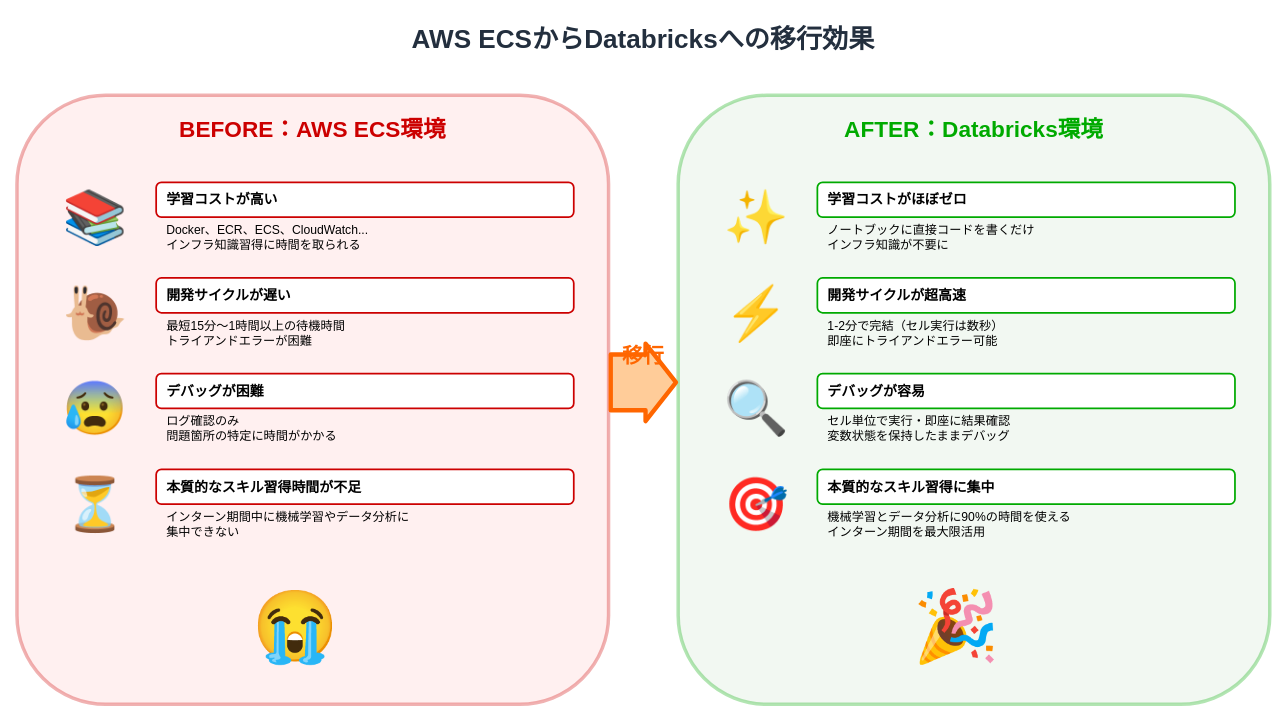
Earlier version of the draw.io diagram assets/2025-11-07-tamesare-data-sapporo/before-after-comparison.drawio (i9wa4/i9wa4.github.io). Source tidied: cells renumbered, new cells numbered last; positions are measured from the earlier drawing's top-left corner, leaving out a move shared by most shapes. Both pictures are drawn from the tidied source at 87%, with x=0, y=0 at pixel (17, 17).
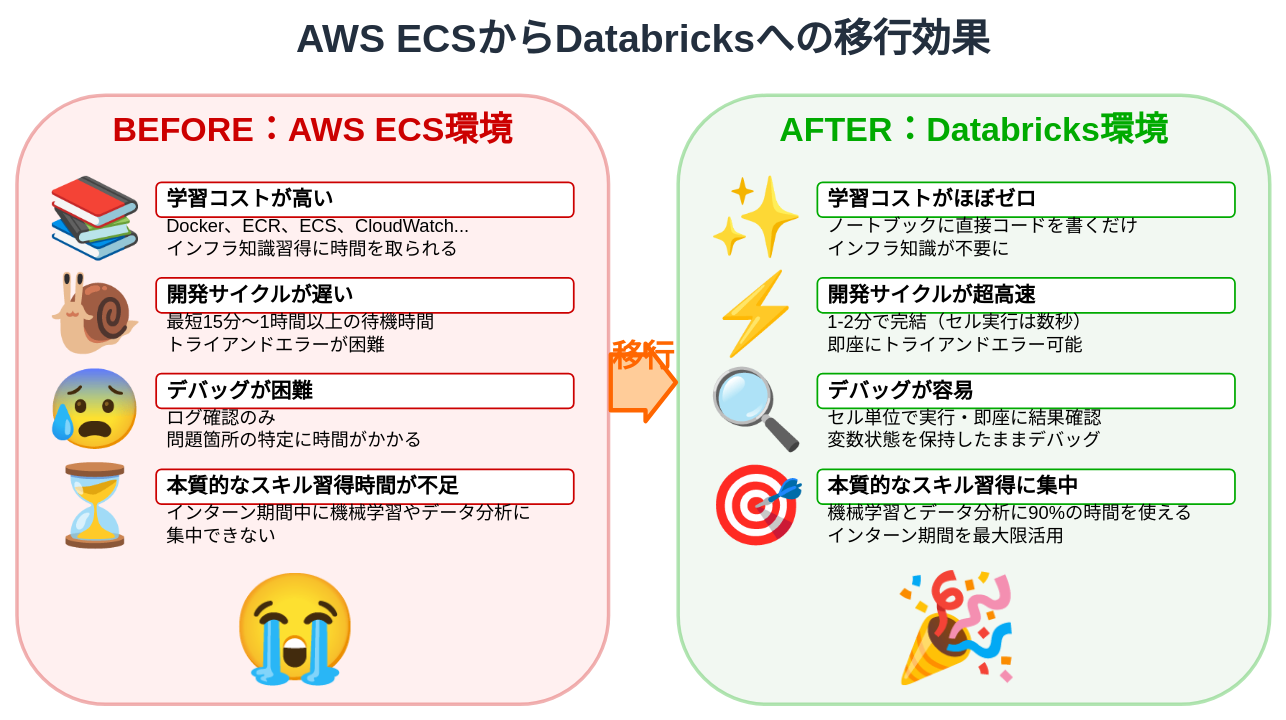
The same diagram, later.

Change to the diagram source:
```diff
@@
-<mxGraphModel background="#ffffff">
+<mxGraphModel>
@@
-    <mxCell id="2" value="AWS ECSからDatabricksへの移行効果" style="text;html=1;strokeColor=none;fillColor=none;align=center;verticalAlign=middle;whiteSpace=wrap;rounded=0;fontSize=30;fontStyle=1;fontColor=#232F3E;" parent="1" vertex="1">
+    <mxCell id="2" value="AWS ECSからDatabricksへの移行効果" style="text;html=1;strokeColor=none;fillColor=none;align=center;verticalAlign=middle;whiteSpace=wrap;rounded=0;fontSize=45;fontStyle=1;fontColor=#232F3E;" parent="1" vertex="1">
       <mxGeometry x="320" width="800" height="50" as="geometry" />
     </mxCell>
@@
-    <mxCell id="4" value="BEFORE：AWS ECS環境" style="text;html=1;strokeColor=none;fillColor=none;align=center;verticalAlign=middle;whiteSpace=wrap;rounded=0;fontSize=26;fontStyle=1;fontColor=#CC0000;" parent="1" vertex="1">
+    <mxCell id="4" value="BEFORE：AWS ECS環境" style="text;html=1;strokeColor=none;fillColor=none;align=center;verticalAlign=middle;whiteSpace=wrap;rounded=0;fontSize=39;fontStyle=1;fontColor=#CC0000;" parent="1" vertex="1">
       <mxGeometry x="100" y="110" width="480" height="40" as="geometry" />
     </mxCell>
-    <mxCell id="5" value="📚" style="text;html=1;strokeColor=none;fillColor=none;align=center;verticalAlign=middle;whiteSpace=wrap;rounded=0;fontSize=60;" parent="1" vertex="1">
+    <mxCell id="5" value="📚" style="text;html=1;strokeColor=none;fillColor=none;align=center;verticalAlign=middle;whiteSpace=wrap;rounded=0;fontSize=90;" parent="1" vertex="1">
       <mxGeometry x="40" y="190" width="100" height="80" as="geometry" />
     </mxCell>
-    <mxCell id="6" value="学習コストが高い" style="rounded=1;whiteSpace=wrap;html=1;fillColor=#ffffff;strokeColor=#CC0000;strokeWidth=2;fontSize=16;fontStyle=1;align=left;spacingLeft=10;" parent="1" vertex="1">
+    <mxCell id="6" value="学習コストが高い" style="rounded=1;whiteSpace=wrap;html=1;fillColor=#ffffff;strokeColor=#CC0000;strokeWidth=2;fontSize=24;fontStyle=1;align=left;spacingLeft=10;" parent="1" vertex="1">
       <mxGeometry x="160" y="190" width="480" height="40" as="geometry" />
     </mxCell>
-    <mxCell id="7" value="Docker、ECR、ECS、CloudWatch...&lt;br&gt;インフラ知識習得に時間を取られる" style="text;html=1;strokeColor=none;fillColor=none;align=left;verticalAlign=middle;whiteSpace=wrap;rounded=0;fontSize=14;spacingLeft=10;" parent="1" vertex="1">
+    <mxCell id="7" value="Docker、ECR、ECS、CloudWatch...&lt;br&gt;インフラ知識習得に時間を取られる" style="text;html=1;strokeColor=none;fillColor=none;align=left;verticalAlign=middle;whiteSpace=wrap;rounded=0;fontSize=21;spacingLeft=10;" parent="1" vertex="1">
       <mxGeometry x="160" y="235" width="480" height="35" as="geometry" />
     </mxCell>
-    <mxCell id="8" value="🐌" style="text;html=1;strokeColor=none;fillColor=none;align=center;verticalAlign=middle;whiteSpace=wrap;rounded=0;fontSize=60;" parent="1" vertex="1">
+    <mxCell id="8" value="🐌" style="text;html=1;strokeColor=none;fillColor=none;align=center;verticalAlign=middle;whiteSpace=wrap;rounded=0;fontSize=90;" parent="1" vertex="1">
       <mxGeometry x="40" y="300" width="100" height="80" as="geometry" />
     </mxCell>
-    <mxCell id="9" value="開発サイクルが遅い" style="rounded=1;whiteSpace=wrap;html=1;fillColor=#ffffff;strokeColor=#CC0000;strokeWidth=2;fontSize=16;fontStyle=1;align=left;spacingLeft=10;" parent="1" vertex="1">
+    <mxCell id="9" value="開発サイクルが遅い" style="rounded=1;whiteSpace=wrap;html=1;fillColor=#ffffff;strokeColor=#CC0000;strokeWidth=2;fontSize=24;fontStyle=1;align=left;spacingLeft=10;" parent="1" vertex="1">
       <mxGeometry x="160" y="300" width="480" height="40" as="geometry" />
     </mxCell>
-    <mxCell id="10" value="最短15分～1時間以上の待機時間&lt;br&gt;トライアンドエラーが困難" style="text;html=1;strokeColor=none;fillColor=none;align=left;verticalAlign=middle;whiteSpace=wrap;rounded=0;fontSize=14;spacingLeft=10;" parent="1" vertex="1">
+    <mxCell id="10" value="最短15分～1時間以上の待機時間&lt;br&gt;トライアンドエラーが困難" style="text;html=1;strokeColor=none;fillColor=none;align=left;verticalAlign=middle;whiteSpace=wrap;rounded=0;fontSize=21;spacingLeft=10;" parent="1" vertex="1">
       <mxGeometry x="160" y="345" width="480" height="35" as="geometry" />
     </mxCell>
-    <mxCell id="11" value="😰" style="text;html=1;strokeColor=none;fillColor=none;align=center;verticalAlign=middle;whiteSpace=wrap;rounded=0;fontSize=60;" parent="1" vertex="1">
+    <mxCell id="11" value="😰" style="text;html=1;strokeColor=none;fillColor=none;align=center;verticalAlign=middle;whiteSpace=wrap;rounded=0;fontSize=90;" parent="1" vertex="1">
       <mxGeometry x="40" y="410" width="100" height="80" as="geometry" />
     </mxCell>
-    <mxCell id="12" value="デバッグが困難" style="rounded=1;whiteSpace=wrap;html=1;fillColor=#ffffff;strokeColor=#CC0000;strokeWidth=2;fontSize=16;fontStyle=1;align=left;spacingLeft=10;" parent="1" vertex="1">
+    <mxCell id="12" value="デバッグが困難" style="rounded=1;whiteSpace=wrap;html=1;fillColor=#ffffff;strokeColor=#CC0000;strokeWidth=2;fontSize=24;fontStyle=1;align=left;spacingLeft=10;" parent="1" vertex="1">
       <mxGeometry x="160" y="410" width="480" height="40" as="geometry" />
     </mxCell>
-    <mxCell id="13" value="ログ確認のみ&lt;br&gt;問題箇所の特定に時間がかかる" style="text;html=1;strokeColor=none;fillColor=none;align=left;verticalAlign=middle;whiteSpace=wrap;rounded=0;fontSize=14;spacingLeft=10;" parent="1" vertex="1">
+    <mxCell id="13" value="ログ確認のみ&lt;br&gt;問題箇所の特定に時間がかかる" style="text;html=1;strokeColor=none;fillColor=none;align=left;verticalAlign=middle;whiteSpace=wrap;rounded=0;fontSize=21;spacingLeft=10;" parent="1" vertex="1">
       <mxGeometry x="160" y="455" width="480" height="35" as="geometry" />
     </mxCell>
-    <mxCell id="14" value="⏳" style="text;html=1;strokeColor=none;fillColor=none;align=center;verticalAlign=middle;whiteSpace=wrap;rounded=0;fontSize=60;" parent="1" vertex="1">
+    <mxCell id="14" value="⏳" style="text;html=1;strokeColor=none;fillColor=none;align=center;verticalAlign=middle;whiteSpace=wrap;rounded=0;fontSize=90;" parent="1" vertex="1">
       <mxGeometry x="40" y="520" width="100" height="80" as="geometry" />
     </mxCell>
-    <mxCell id="15" value="本質的なスキル習得時間が不足" style="rounded=1;whiteSpace=wrap;html=1;fillColor=#ffffff;strokeColor=#CC0000;strokeWidth=2;fontSize=16;fontStyle=1;align=left;spacingLeft=10;" parent="1" vertex="1">
+    <mxCell id="15" value="本質的なスキル習得時間が不足" style="rounded=1;whiteSpace=wrap;html=1;fillColor=#ffffff;strokeColor=#CC0000;strokeWidth=2;fontSize=24;fontStyle=1;align=left;spacingLeft=10;" parent="1" vertex="1">
       <mxGeometry x="160" y="520" width="480" height="40" as="geometry" />
     </mxCell>
-    <mxCell id="16" value="インターン期間中に機械学習やデータ分析に&lt;br&gt;集中できない" style="text;html=1;strokeColor=none;fillColor=none;align=left;verticalAlign=middle;whiteSpace=wrap;rounded=0;fontSize=14;spacingLeft=10;" parent="1" vertex="1">
+    <mxCell id="16" value="インターン期間中に機械学習やデータ分析に&lt;br&gt;集中できない" style="text;html=1;strokeColor=none;fillColor=none;align=left;verticalAlign=middle;whiteSpace=wrap;rounded=0;fontSize=21;spacingLeft=10;" parent="1" vertex="1">
       <mxGeometry x="160" y="565" width="480" height="35" as="geometry" />
     </mxCell>
-    <mxCell id="17" value="😭" style="text;html=1;strokeColor=none;fillColor=none;align=center;verticalAlign=middle;whiteSpace=wrap;rounded=0;fontSize=80;" parent="1" vertex="1">
+    <mxCell id="17" value="😭" style="text;html=1;strokeColor=none;fillColor=none;align=center;verticalAlign=middle;whiteSpace=wrap;rounded=0;fontSize=120;" parent="1" vertex="1">
       <mxGeometry x="250" y="650" width="140" height="100" as="geometry" />
     </mxCell>
@@
-    <mxCell id="19" value="AFTER：Databricks環境" style="text;html=1;strokeColor=none;fillColor=none;align=center;verticalAlign=middle;whiteSpace=wrap;rounded=0;fontSize=26;fontStyle=1;fontColor=#00AA00;" parent="1" vertex="1">
+    <mxCell id="19" value="AFTER：Databricks環境" style="text;html=1;strokeColor=none;fillColor=none;align=center;verticalAlign=middle;whiteSpace=wrap;rounded=0;fontSize=39;fontStyle=1;fontColor=#00AA00;" parent="1" vertex="1">
       <mxGeometry x="860" y="110" width="480" height="40" as="geometry" />
     </mxCell>
-    <mxCell id="20" value="✨" style="text;html=1;strokeColor=none;fillColor=none;align=center;verticalAlign=middle;whiteSpace=wrap;rounded=0;fontSize=60;" parent="1" vertex="1">
+    <mxCell id="20" value="✨" style="text;html=1;strokeColor=none;fillColor=none;align=center;verticalAlign=middle;whiteSpace=wrap;rounded=0;fontSize=90;" parent="1" vertex="1">
       <mxGeometry x="800" y="190" width="100" height="80" as="geometry" />
     </mxCell>
-    <mxCell id="21" value="学習コストがほぼゼロ" style="rounded=1;whiteSpace=wrap;html=1;fillColor=#ffffff;strokeColor=#00AA00;strokeWidth=2;fontSize=16;fontStyle=1;align=left;spacingLeft=10;" parent="1" vertex="1">
+    <mxCell id="21" value="学習コストがほぼゼロ" style="rounded=1;whiteSpace=wrap;html=1;fillColor=#ffffff;strokeColor=#00AA00;strokeWidth=2;fontSize=24;fontStyle=1;align=left;spacingLeft=10;" parent="1" vertex="1">
       <mxGeometry x="920" y="190" width="480" height="40" as="geometry" />
     </mxCell>
-    <mxCell id="22" value="ノートブックに直接コードを書くだけ&lt;br&gt;インフラ知識が不要に" style="text;html=1;strokeColor=none;fillColor=none;align=left;verticalAlign=middle;whiteSpace=wrap;rounded=0;fontSize=14;spacingLeft=10;" parent="1" vertex="1">
+    <mxCell id="22" value="ノートブックに直接コードを書くだけ&lt;br&gt;インフラ知識が不要に" style="text;html=1;strokeColor=none;fillColor=none;align=left;verticalAlign=middle;whiteSpace=wrap;rounded=0;fontSize=21;spacingLeft=10;" parent="1" vertex="1">
       <mxGeometry x="920" y="235" width="480" height="35" as="geometry" />
     </mxCell>
-    <mxCell id="23" value="⚡" style="text;html=1;strokeColor=none;fillColor=none;align=center;verticalAlign=middle;whiteSpace=wrap;rounded=0;fontSize=60;" parent="1" vertex="1">
+    <mxCell id="23" value="⚡" style="text;html=1;strokeColor=none;fillColor=none;align=center;verticalAlign=middle;whiteSpace=wrap;rounded=0;fontSize=90;" parent="1" vertex="1">
       <mxGeometry x="800" y="300" width="100" height="80" as="geometry" />
     </mxCell>
-    <mxCell id="24" value="開発サイクルが超高速" style="rounded=1;whiteSpace=wrap;html=1;fillColor=#ffffff;strokeColor=#00AA00;strokeWidth=2;fontSize=16;fontStyle=1;align=left;spacingLeft=10;" parent="1" vertex="1">
+    <mxCell id="24" value="開発サイクルが超高速" style="rounded=1;whiteSpace=wrap;html=1;fillColor=#ffffff;strokeColor=#00AA00;strokeWidth=2;fontSize=24;fontStyle=1;align=left;spacingLeft=10;" parent="1" vertex="1">
       <mxGeometry x="920" y="300" width="480" height="40" as="geometry" />
     </mxCell>
-    <mxCell id="25" value="1-2分で完結（セル実行は数秒）&lt;br&gt;即座にトライアンドエラー可能" style="text;html=1;strokeColor=none;fillColor=none;align=left;verticalAlign=middle;whiteSpace=wrap;rounded=0;fontSize=14;spacingLeft=10;" parent="1" vertex="1">
+    <mxCell id="25" value="1-2分で完結（セル実行は数秒）&lt;br&gt;即座にトライアンドエラー可能" style="text;html=1;strokeColor=none;fillColor=none;align=left;verticalAlign=middle;whiteSpace=wrap;rounded=0;fontSize=21;spacingLeft=10;" parent="1" vertex="1">
       <mxGeometry x="920" y="345" width="480" height="35" as="geometry" />
     </mxCell>
-    <mxCell id="26" value="🔍" style="text;html=1;strokeColor=none;fillColor=none;align=center;verticalAlign=middle;whiteSpace=wrap;rounded=0;fontSize=60;" parent="1" vertex="1">
+    <mxCell id="26" value="🔍" style="text;html=1;strokeColor=none;fillColor=none;align=center;verticalAlign=middle;whiteSpace=wrap;rounded=0;fontSize=90;" parent="1" vertex="1">
       <mxGeometry x="800" y="410" width="100" height="80" as="geometry" />
     </mxCell>
-    <mxCell id="27" value="デバッグが容易" style="rounded=1;whiteSpace=wrap;html=1;fillColor=#ffffff;strokeColor=#00AA00;strokeWidth=2;fontSize=16;fontStyle=1;align=left;spacingLeft=10;" parent="1" vertex="1">
+    <mxCell id="27" value="デバッグが容易" style="rounded=1;whiteSpace=wrap;html=1;fillColor=#ffffff;strokeColor=#00AA00;strokeWidth=2;fontSize=24;fontStyle=1;align=left;spacingLeft=10;" parent="1" vertex="1">
       <mxGeometry x="920" y="410" width="480" height="40" as="geometry" />
     </mxCell>
-    <mxCell id="28" value="セル単位で実行・即座に結果確認&lt;br&gt;変数状態を保持したままデバッグ" style="text;html=1;strokeColor=none;fillColor=none;align=left;verticalAlign=middle;whiteSpace=wrap;rounded=0;fontSize=14;spacingLeft=10;" parent="1" vertex="1">
+    <mxCell id="28" value="セル単位で実行・即座に結果確認&lt;br&gt;変数状態を保持したままデバッグ" style="text;html=1;strokeColor=none;fillColor=none;align=left;verticalAlign=middle;whiteSpace=wrap;rounded=0;fontSize=21;spacingLeft=10;" parent="1" vertex="1">
       <mxGeometry x="920" y="455" width="480" height="35" as="geometry" />
     </mxCell>
-    <mxCell id="29" value="🎯" style="text;html=1;strokeColor=none;fillColor=none;align=center;verticalAlign=middle;whiteSpace=wrap;rounded=0;fontSize=60;" parent="1" vertex="1">
+    <mxCell id="29" value="🎯" style="text;html=1;strokeColor=none;fillColor=none;align=center;verticalAlign=middle;whiteSpace=wrap;rounded=0;fontSize=90;" parent="1" vertex="1">
       <mxGeometry x="800" y="520" width="100" height="80" as="geometry" />
     </mxCell>
-    <mxCell id="30" value="本質的なスキル習得に集中" style="rounded=1;whiteSpace=wrap;html=1;fillColor=#ffffff;strokeColor=#00AA00;strokeWidth=2;fontSize=16;fontStyle=1;align=left;spacingLeft=10;" parent="1" vertex="1">
+    <mxCell id="30" value="本質的なスキル習得に集中" style="rounded=1;whiteSpace=wrap;html=1;fillColor=#ffffff;strokeColor=#00AA00;strokeWidth=2;fontSize=24;fontStyle=1;align=left;spacingLeft=10;" parent="1" vertex="1">
       <mxGeometry x="920" y="520" width="480" height="40" as="geometry" />
     </mxCell>
-    <mxCell id="31" value="機械学習とデータ分析に90%の時間を使える&lt;br&gt;インターン期間を最大限活用" style="text;html=1;strokeColor=none;fillColor=none;align=left;verticalAlign=middle;whiteSpace=wrap;rounded=0;fontSize=14;spacingLeft=10;" parent="1" vertex="1">
+    <mxCell id="31" value="機械学習とデータ分析に90%の時間を使える&lt;br&gt;インターン期間を最大限活用" style="text;html=1;strokeColor=none;fillColor=none;align=left;verticalAlign=middle;whiteSpace=wrap;rounded=0;fontSize=21;spacingLeft=10;" parent="1" vertex="1">
       <mxGeometry x="920" y="565" width="480" height="35" as="geometry" />
     </mxCell>
-    <mxCell id="32" value="🎉" style="text;html=1;strokeColor=none;fillColor=none;align=center;verticalAlign=middle;whiteSpace=wrap;rounded=0;fontSize=80;" parent="1" vertex="1">
+    <mxCell id="32" value="🎉" style="text;html=1;strokeColor=none;fillColor=none;align=center;verticalAlign=middle;whiteSpace=wrap;rounded=0;fontSize=120;" parent="1" vertex="1">
       <mxGeometry x="1010" y="650" width="140" height="100" as="geometry" />
     </mxCell>
@@
-    <mxCell id="34" value="移行" style="text;html=1;strokeColor=none;fillColor=none;align=center;verticalAlign=middle;whiteSpace=wrap;rounded=0;fontSize=24;fontStyle=1;fontColor=#FF6600;" parent="1" vertex="1">
+    <mxCell id="34" value="移行" style="text;html=1;strokeColor=none;fillColor=none;align=center;verticalAlign=middle;whiteSpace=wrap;rounded=0;fontSize=36;fontStyle=1;fontColor=#FF6600;" parent="1" vertex="1">
       <mxGeometry x="670" y="370" width="100" height="40" as="geometry" />
     </mxCell>
```
